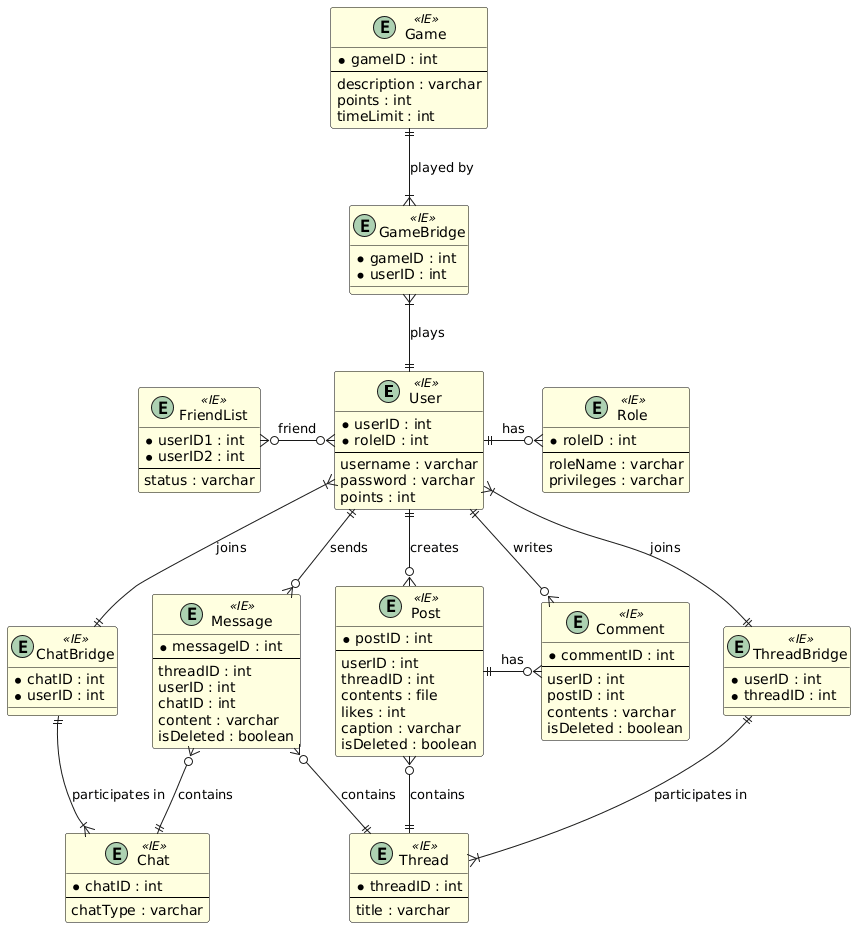
This is Project/Documentation/ERD/ERD.png from AbSharum/CodeTogether, a PlantUML export, as it was before one commit.
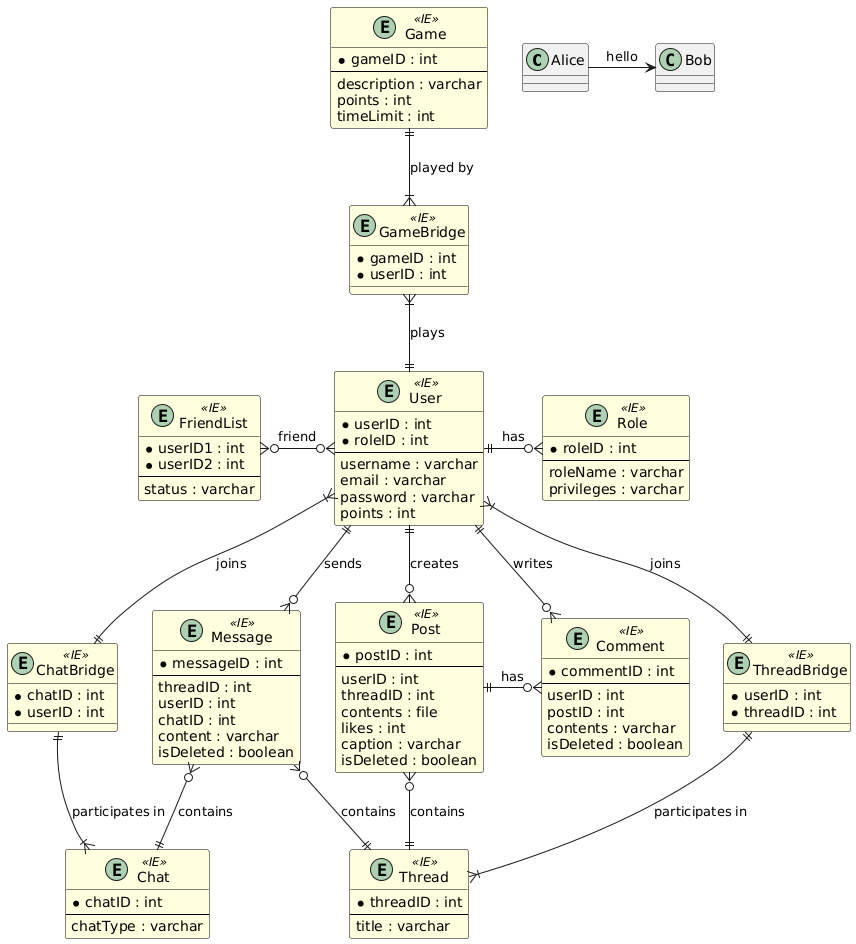
Later version of the same file.

Change to the diagram source:
```diff
@@ -1,4 +1,7 @@
 @startuml
+Alice -> Bob : hello
+
+
 skinparam class {
   BackgroundColor<<IE>> LightYellow
   BorderColor<<IE>> Black
@@ -9,6 +12,7 @@
   * roleID : int
   --
     username : varchar
+    email : varchar
     password : varchar
     points : int
 }
```
